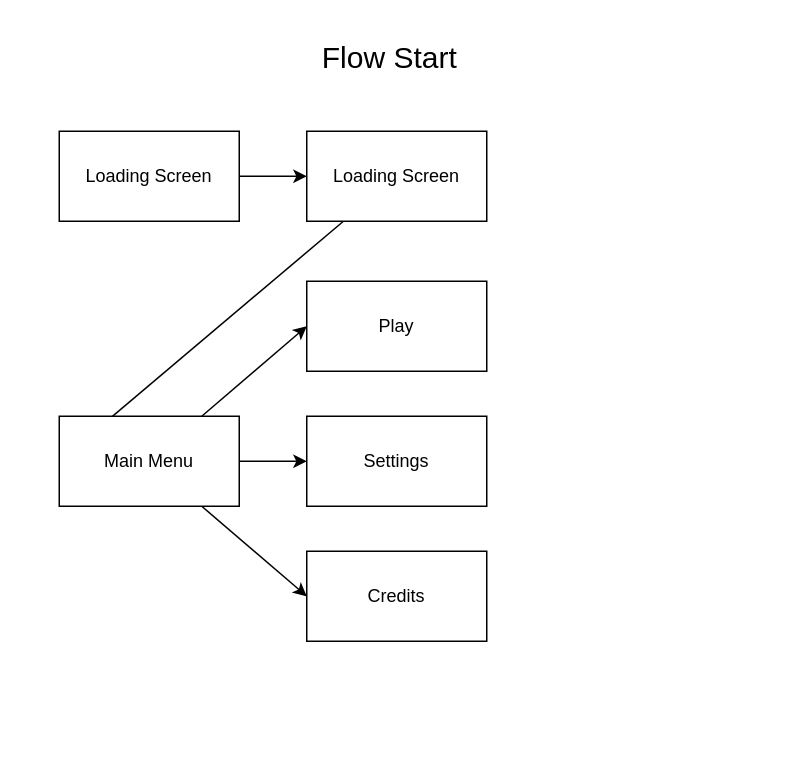
SukaMCD/lost-formula keeps this draw.io diagram as UML/Flow Start.drawio. Above is the earlier version. Source tidied: cells renumbered, new cells numbered last; positions are measured from the earlier drawing's top-left corner, leaving out a move shared by most shapes. Both pictures are drawn from the tidied source at 150%, with x=0, y=0 at pixel (58, 26).
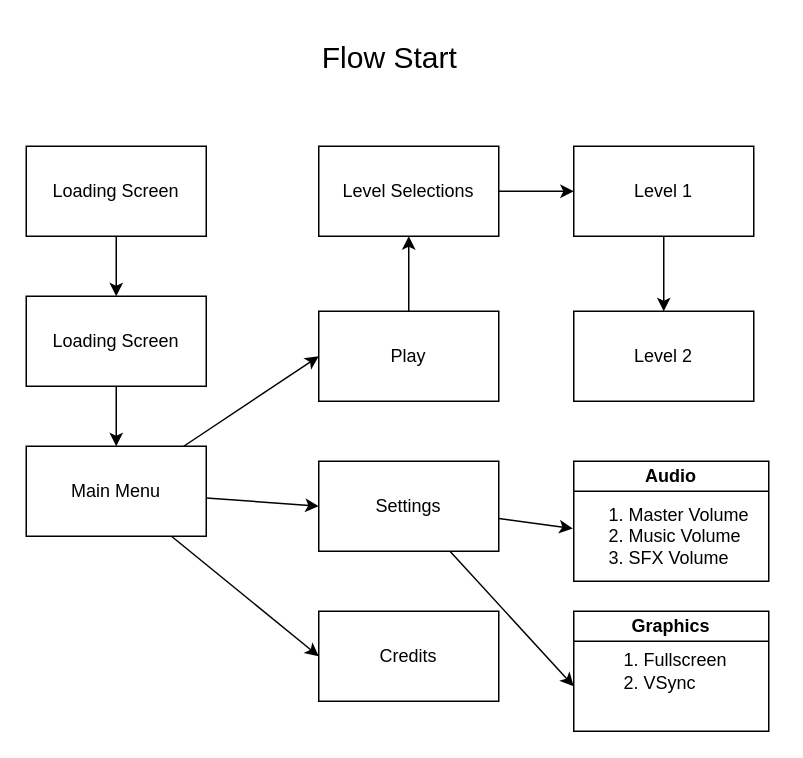
Above is the later version.

Commit message:
Flow Start

Diff of the diagram source:
```diff
@@
     <mxCell id="4" value="Loading Screen" style="whiteSpace=wrap;html=1;" parent="1" vertex="1">
-      <mxGeometry y="70" width="120" height="60" as="geometry" />
+      <mxGeometry x="-22" y="80" width="120" height="60" as="geometry" />
     </mxCell>
-    <mxCell id="5" style="edgeStyle=none;html=1;entryX=0;entryY=0.5;entryDx=0;entryDy=0;" parent="1" edge="1" source="6" target="10">
+    <mxCell id="5" style="edgeStyle=none;html=1;" parent="1" edge="1" source="6" target="10">
       <mxGeometry relative="1" as="geometry" />
     </mxCell>
     <mxCell id="6" value="Loading Screen" style="whiteSpace=wrap;html=1;" parent="1" vertex="1">
-      <mxGeometry x="165" y="70" width="120" height="60" as="geometry" />
+      <mxGeometry x="-22" y="180" width="120" height="60" as="geometry" />
     </mxCell>
@@
     <mxCell id="10" value="Main Menu" style="whiteSpace=wrap;html=1;" parent="1" vertex="1">
-      <mxGeometry y="260" width="120" height="60" as="geometry" />
+      <mxGeometry x="-22" y="280" width="120" height="60" as="geometry" />
     </mxCell>
+    <mxCell id="14" style="edgeStyle=none;html=1;" parent="1" edge="1" source="11" target="16">
+      <mxGeometry relative="1" as="geometry" />
+    </mxCell>
     <mxCell id="11" value="Play" style="whiteSpace=wrap;html=1;" parent="1" vertex="1">
-      <mxGeometry x="165" y="170" width="120" height="60" as="geometry" />
+      <mxGeometry x="173" y="190" width="120" height="60" as="geometry" />
     </mxCell>
     <mxCell id="12" value="Settings" style="whiteSpace=wrap;html=1;" parent="1" vertex="1">
-      <mxGeometry x="165" y="260" width="120" height="60" as="geometry" />
+      <mxGeometry x="173" y="290" width="120" height="60" as="geometry" />
     </mxCell>
     <mxCell id="13" value="Credits" style="whiteSpace=wrap;html=1;" parent="1" vertex="1">
-      <mxGeometry x="165" y="350" width="120" height="60" as="geometry" />
+      <mxGeometry x="173" y="390" width="120" height="60" as="geometry" />
     </mxCell>
+    <mxCell id="15" style="edgeStyle=none;html=1;entryX=0;entryY=0.5;entryDx=0;entryDy=0;" parent="1" edge="1" source="16" target="18">
+      <mxGeometry relative="1" as="geometry" />
+    </mxCell>
+    <mxCell id="16" value="Level Selections" style="whiteSpace=wrap;html=1;" parent="1" vertex="1">
+      <mxGeometry x="173" y="80" width="120" height="60" as="geometry" />
+    </mxCell>
+    <mxCell id="17" style="edgeStyle=none;html=1;entryX=0.5;entryY=0;entryDx=0;entryDy=0;" parent="1" edge="1" source="18" target="25">
+      <mxGeometry relative="1" as="geometry" />
+    </mxCell>
+    <mxCell id="18" value="Level 1" style="whiteSpace=wrap;html=1;" parent="1" vertex="1">
+      <mxGeometry x="343" y="80" width="120" height="60" as="geometry" />
+    </mxCell>
+    <mxCell id="19" value="Audio" style="swimlane;whiteSpace=wrap;html=1;startSize=20;" parent="1" vertex="1">
+      <mxGeometry x="343" y="290" width="130" height="80" as="geometry" />
+    </mxCell>
+    <mxCell id="20" value="&lt;ol&gt;&lt;li&gt;Master Volume&lt;/li&gt;&lt;li&gt;Music Volume&lt;/li&gt;&lt;li&gt;SFX Volume&lt;/li&gt;&lt;/ol&gt;" style="text;html=1;align=left;verticalAlign=middle;points=[];strokeColor=none;fillColor=none;" parent="19" vertex="1">
+      <mxGeometry x="-5" width="140" height="100" as="geometry" />
+    </mxCell>
+    <mxCell id="21" value="Graphics" style="swimlane;whiteSpace=wrap;html=1;startSize=20;" parent="1" vertex="1">
+      <mxGeometry x="343" y="390" width="130" height="80" as="geometry" />
+    </mxCell>
+    <mxCell id="22" value="&lt;ol&gt;&lt;li&gt;Fullscreen&lt;/li&gt;&lt;li&gt;VSync&lt;/li&gt;&lt;/ol&gt;" style="text;html=1;align=left;verticalAlign=middle;points=[];strokeColor=none;fillColor=none;" parent="21" vertex="1">
+      <mxGeometry x="5" width="120" height="80" as="geometry" />
+    </mxCell>
+    <mxCell id="23" style="edgeStyle=none;html=1;entryX=0.031;entryY=0.448;entryDx=0;entryDy=0;entryPerimeter=0;" parent="1" edge="1" source="12" target="20">
+      <mxGeometry relative="1" as="geometry" />
+    </mxCell>
+    <mxCell id="24" style="edgeStyle=none;html=1;entryX=-0.042;entryY=0.625;entryDx=0;entryDy=0;entryPerimeter=0;" parent="1" edge="1" source="12" target="22">
+      <mxGeometry relative="1" as="geometry" />
+    </mxCell>
+    <mxCell id="25" value="Level 2" style="whiteSpace=wrap;html=1;" parent="1" vertex="1">
+      <mxGeometry x="343" y="190" width="120" height="60" as="geometry" />
+    </mxCell>
```
